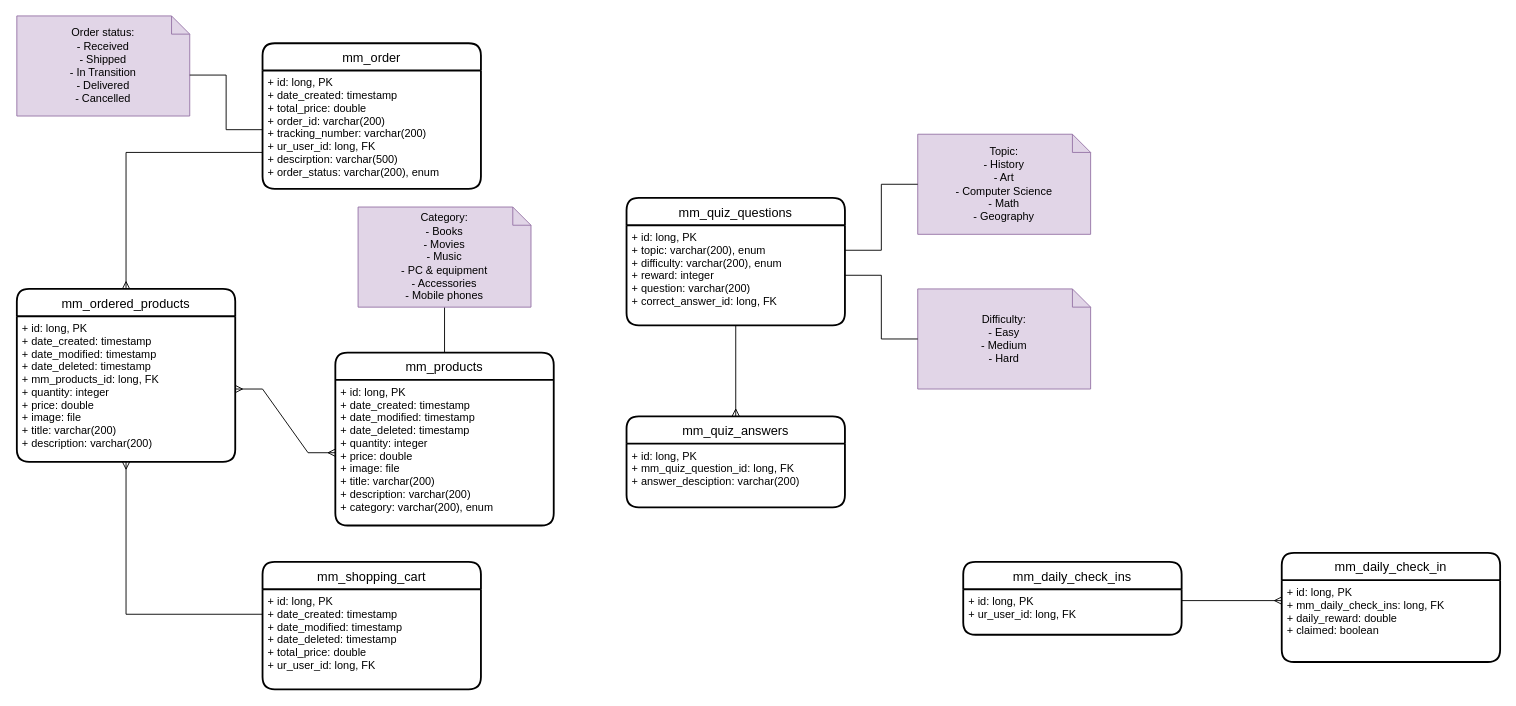
Before: page "metamodels" (2 of 2) of EMT_diagrams.drawio in bbozilov26/EMT_2023_backend, a draw.io diagram. Source tidied: cells renumbered, new cells numbered last; positions are measured from the earlier drawing's top-left corner, leaving out a move shared by most shapes. Both pictures are drawn from the tidied source at 91%, with x=0, y=0 at pixel (16, 15).
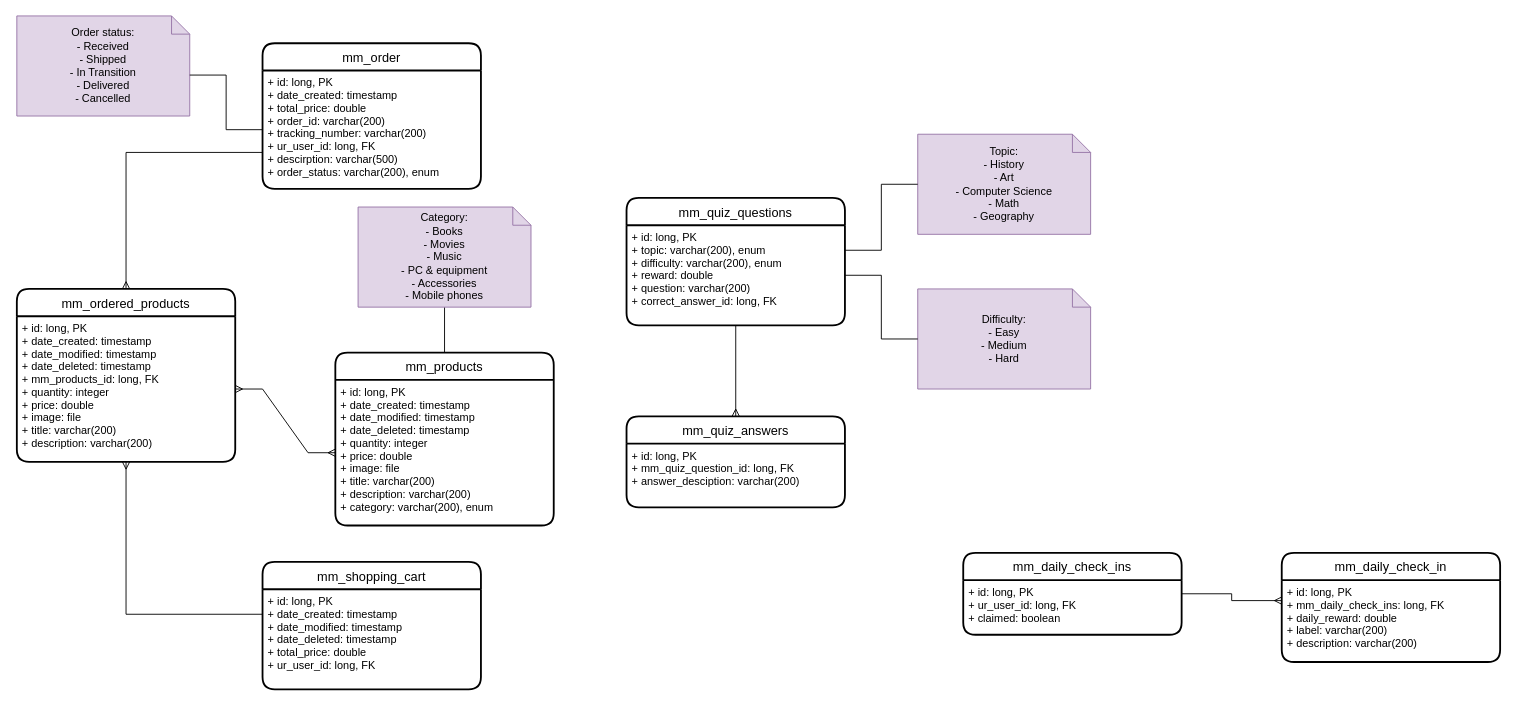
The same diagram, later.

Unchanged cells that the change refers to:
```xml
<mxCell id="7" value="mm_quiz_questions" style="swimlane;horizontal=1;startSize=30;rounded=1;fontSize=14;fontStyle=0;strokeWidth=2;shadow=0;dashed=0;align=center;" parent="1" vertex="1">
  <mxGeometry x="670" y="200" width="240" height="140" as="geometry" />
</mxCell>
<mxCell id="17" value="mm_daily_check_in" style="swimlane;horizontal=1;startSize=30;rounded=1;fontSize=14;fontStyle=0;strokeWidth=2;shadow=0;dashed=0;align=center;" parent="1" vertex="1">
  <mxGeometry x="1390" y="590" width="240" height="120" as="geometry" />
</mxCell>
```

Diff of the diagram source:
```diff
@@
-    <mxCell id="8" value="+ id: long, PK&#10;+ topic: varchar(200), enum&#10;+ difficulty: varchar(200), enum&#10;+ reward: integer&#10;+ question: varchar(200)&#10;+ correct_answer_id: long, FK " style="align=left;strokeColor=none;fillColor=none;spacingLeft=4;fontSize=12;verticalAlign=top;" parent="7" vertex="1">
+    <mxCell id="8" value="+ id: long, PK&#10;+ topic: varchar(200), enum&#10;+ difficulty: varchar(200), enum&#10;+ reward: double&#10;+ question: varchar(200)&#10;+ correct_answer_id: long, FK " style="align=left;strokeColor=none;fillColor=none;spacingLeft=4;fontSize=12;verticalAlign=top;" parent="7" vertex="1">
       <mxGeometry y="30" width="240" height="110" as="geometry" />
     </mxCell>
@@
-    <mxCell id="18" value="+ id: long, PK&#10;+ mm_daily_check_ins: long, FK&#10;+ daily_reward: double&#10;+ claimed: boolean" style="align=left;strokeColor=none;fillColor=none;spacingLeft=4;fontSize=12;verticalAlign=top;" parent="17" vertex="1">
+    <mxCell id="18" value="+ id: long, PK&#10;+ mm_daily_check_ins: long, FK&#10;+ daily_reward: double&#10;+ label: varchar(200)&#10;+ description: varchar(200)" style="align=left;strokeColor=none;fillColor=none;spacingLeft=4;fontSize=12;verticalAlign=top;" parent="17" vertex="1">
       <mxGeometry y="30" width="240" height="90" as="geometry" />
     </mxCell>
     <mxCell id="19" value="mm_daily_check_ins" style="swimlane;horizontal=1;startSize=30;rounded=1;fontSize=14;fontStyle=0;strokeWidth=2;shadow=0;dashed=0;align=center;" parent="1" vertex="1">
-      <mxGeometry x="1040" y="600" width="240" height="80" as="geometry" />
+      <mxGeometry x="1040" y="590" width="240" height="90" as="geometry" />
     </mxCell>
-    <mxCell id="20" value="+ id: long, PK&#10;+ ur_user_id: long, FK" style="align=left;strokeColor=none;fillColor=none;spacingLeft=4;fontSize=12;verticalAlign=top;" parent="19" vertex="1">
-      <mxGeometry y="30" width="240" height="50" as="geometry" />
+    <mxCell id="20" value="+ id: long, PK&#10;+ ur_user_id: long, FK&#10;+ claimed: boolean" style="align=left;strokeColor=none;fillColor=none;spacingLeft=4;fontSize=12;verticalAlign=top;" parent="19" vertex="1">
+      <mxGeometry y="30" width="240" height="60" as="geometry" />
     </mxCell>
```
